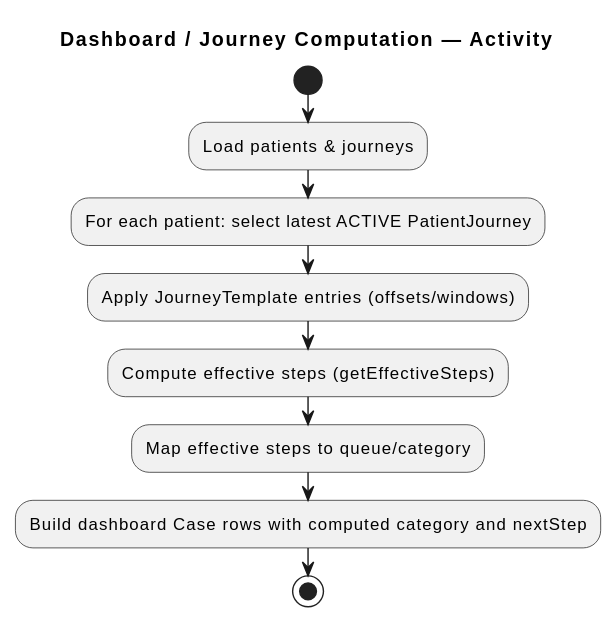
gforge/DUK keeps this PlantUML diagram as docs/diagrams/dashboard-journey-computation.svg. Above is the earlier version. The source it was exported from:
```plantuml
@startuml
title Dashboard / Journey Computation — Activity

start
:Load patients & journeys;
:For each patient: select latest ACTIVE PatientJourney;
:Apply JourneyTemplate entries (offsets/windows);
:Compute effective steps (getEffectiveSteps);
:Map effective steps to queue/category;
:Build dashboard Case rows with computed category and nextStep;
stop
@enduml
```
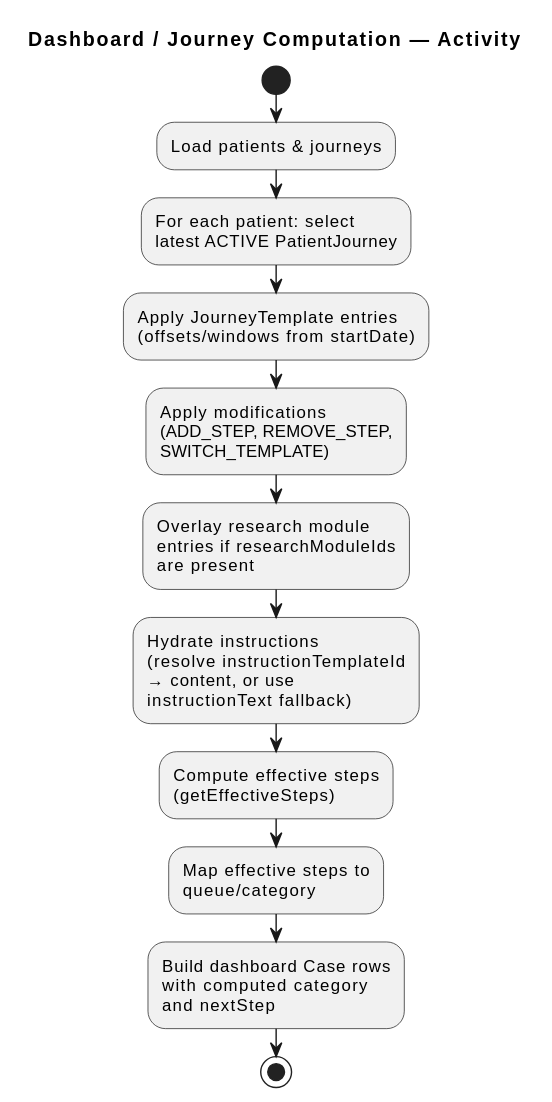
Above is the later version.

The edit, as a diff of the source:
```diff
@@ -3,10 +3,26 @@
 
 start
 :Load patients & journeys;
-:For each patient: select latest ACTIVE PatientJourney;
-:Apply JourneyTemplate entries (offsets/windows);
-:Compute effective steps (getEffectiveSteps);
-:Map effective steps to queue/category;
-:Build dashboard Case rows with computed category and nextStep;
+:For each patient: select
+latest ACTIVE PatientJourney;
+:Apply JourneyTemplate entries
+(offsets/windows from startDate);
+:Apply modifications
+(ADD_STEP, REMOVE_STEP,
+SWITCH_TEMPLATE);
+:Overlay research module
+entries if researchModuleIds
+are present;
+:Hydrate instructions
+(resolve instructionTemplateId
+→ content, or use
+instructionText fallback);
+:Compute effective steps
+(getEffectiveSteps);
+:Map effective steps to
+queue/category;
+:Build dashboard Case rows
+with computed category
+and nextStep;
 stop
 @enduml
```
